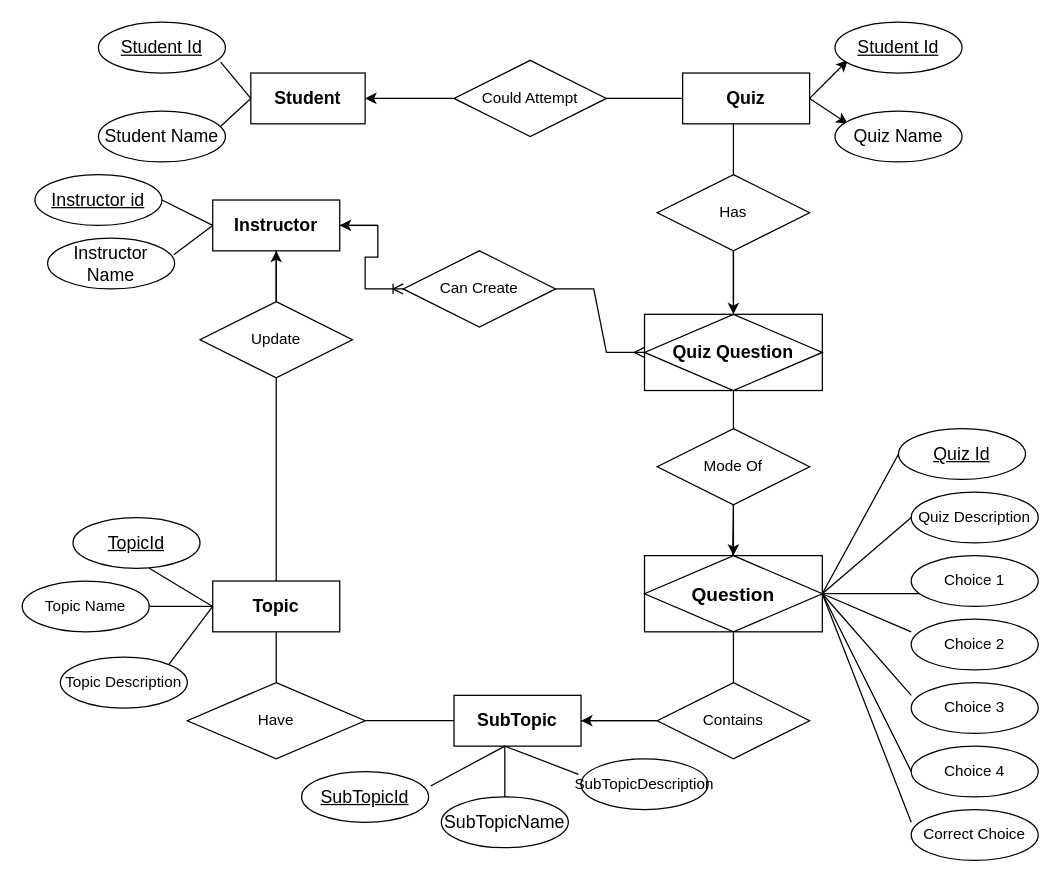
Earlier version of the draw.io diagram page "Page-1" (1 of 2) of Er diagram of pms.drawio (SamruddhiV43/CCE). Source tidied: cells renumbered, new cells numbered last; positions are measured from the earlier drawing's top-left corner, leaving out a move shared by most shapes. Both pictures are drawn from the tidied source at 127%, with x=0, y=0 at pixel (22, 22).
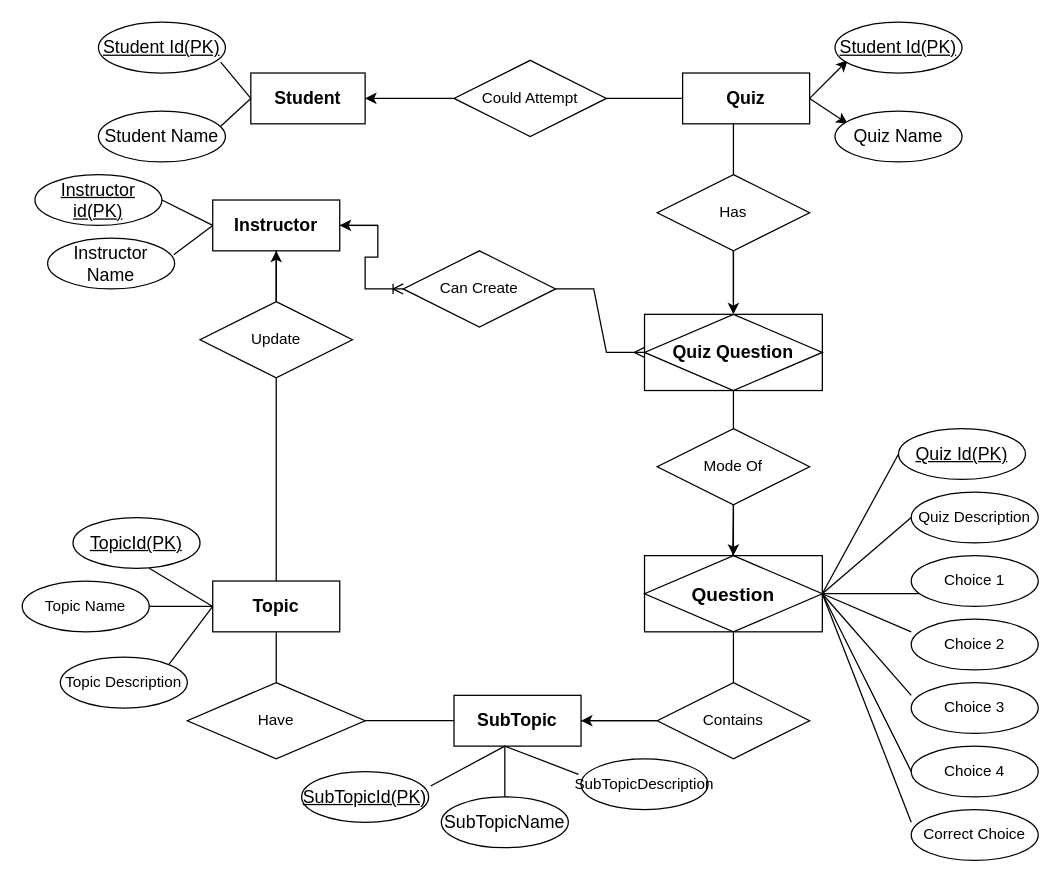
The same diagram, later.

Diff of the diagram source:
```diff
@@
-    <mxCell id="8" value="&lt;font style=&quot;font-size: 14px;&quot;&gt;Student Id&lt;/font&gt;" style="ellipse;whiteSpace=wrap;html=1;align=center;fontStyle=4;" parent="1" vertex="1">
+    <mxCell id="8" value="&lt;font style=&quot;font-size: 14px;&quot;&gt;Student Id(PK)&lt;/font&gt;" style="ellipse;whiteSpace=wrap;html=1;align=center;fontStyle=4;" parent="1" vertex="1">
       <mxGeometry x="640" width="100" height="40" as="geometry" />
     </mxCell>
@@
-    <mxCell id="40" value="&lt;u&gt;&lt;font style=&quot;font-size: 14px;&quot;&gt;Quiz Id&lt;/font&gt;&lt;/u&gt;" style="ellipse;whiteSpace=wrap;html=1;align=center;" parent="1" vertex="1">
+    <mxCell id="40" value="&lt;u&gt;&lt;font style=&quot;font-size: 14px;&quot;&gt;Quiz Id(PK)&lt;/font&gt;&lt;/u&gt;" style="ellipse;whiteSpace=wrap;html=1;align=center;" parent="1" vertex="1">
       <mxGeometry x="690" y="320" width="100" height="40" as="geometry" />
     </mxCell>
@@
-    <mxCell id="48" value="&lt;font style=&quot;font-size: 14px;&quot;&gt;&lt;u&gt;SubTopicId&lt;/u&gt;&lt;/font&gt;" style="ellipse;whiteSpace=wrap;html=1;align=center;" parent="1" vertex="1">
+    <mxCell id="48" value="&lt;font style=&quot;font-size: 14px;&quot;&gt;&lt;u&gt;SubTopicId(PK)&lt;/u&gt;&lt;/font&gt;" style="ellipse;whiteSpace=wrap;html=1;align=center;" parent="1" vertex="1">
       <mxGeometry x="220" y="590" width="100" height="40" as="geometry" />
     </mxCell>
@@
-    <mxCell id="71" value="&lt;font style=&quot;font-size: 14px;&quot;&gt;Student Id&lt;/font&gt;" style="ellipse;whiteSpace=wrap;html=1;align=center;fontStyle=4;" parent="1" vertex="1">
+    <mxCell id="71" value="&lt;font style=&quot;font-size: 14px;&quot;&gt;Student Id(PK)&lt;/font&gt;" style="ellipse;whiteSpace=wrap;html=1;align=center;fontStyle=4;" parent="1" vertex="1">
       <mxGeometry x="60" width="100" height="40" as="geometry" />
     </mxCell>
-    <mxCell id="72" value="&lt;font style=&quot;font-size: 14px;&quot;&gt;Instructor id&lt;/font&gt;" style="ellipse;whiteSpace=wrap;html=1;align=center;fontStyle=4;" parent="1" vertex="1">
+    <mxCell id="72" value="&lt;font style=&quot;font-size: 14px;&quot;&gt;Instructor id(PK)&lt;/font&gt;" style="ellipse;whiteSpace=wrap;html=1;align=center;fontStyle=4;" parent="1" vertex="1">
       <mxGeometry x="10" y="120" width="100" height="40" as="geometry" />
     </mxCell>
-    <mxCell id="73" value="&lt;font style=&quot;font-size: 14px;&quot;&gt;TopicId&lt;/font&gt;" style="ellipse;whiteSpace=wrap;html=1;align=center;fontStyle=4;" parent="1" vertex="1">
+    <mxCell id="73" value="&lt;font style=&quot;font-size: 14px;&quot;&gt;TopicId(PK)&lt;/font&gt;" style="ellipse;whiteSpace=wrap;html=1;align=center;fontStyle=4;" parent="1" vertex="1">
       <mxGeometry x="40" y="390" width="100" height="40" as="geometry" />
     </mxCell>
```
